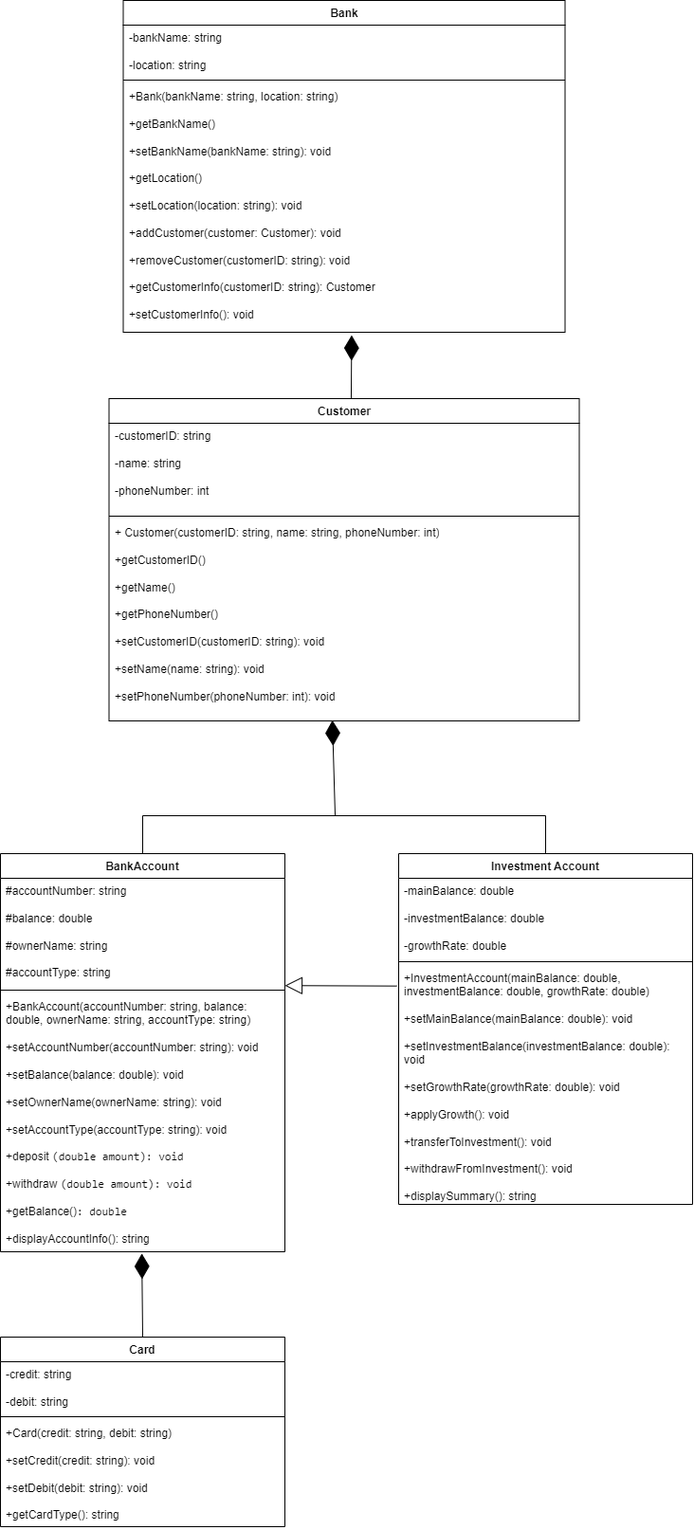
Before: Class diagram.drawio_.drawio.png, a diagram exported from draw.io (nataliareyram/Bank-simulator). Source tidied: cells renumbered, new cells last; positions are measured from the earlier drawing's top-left corner, leaving out a move shared by most shapes.
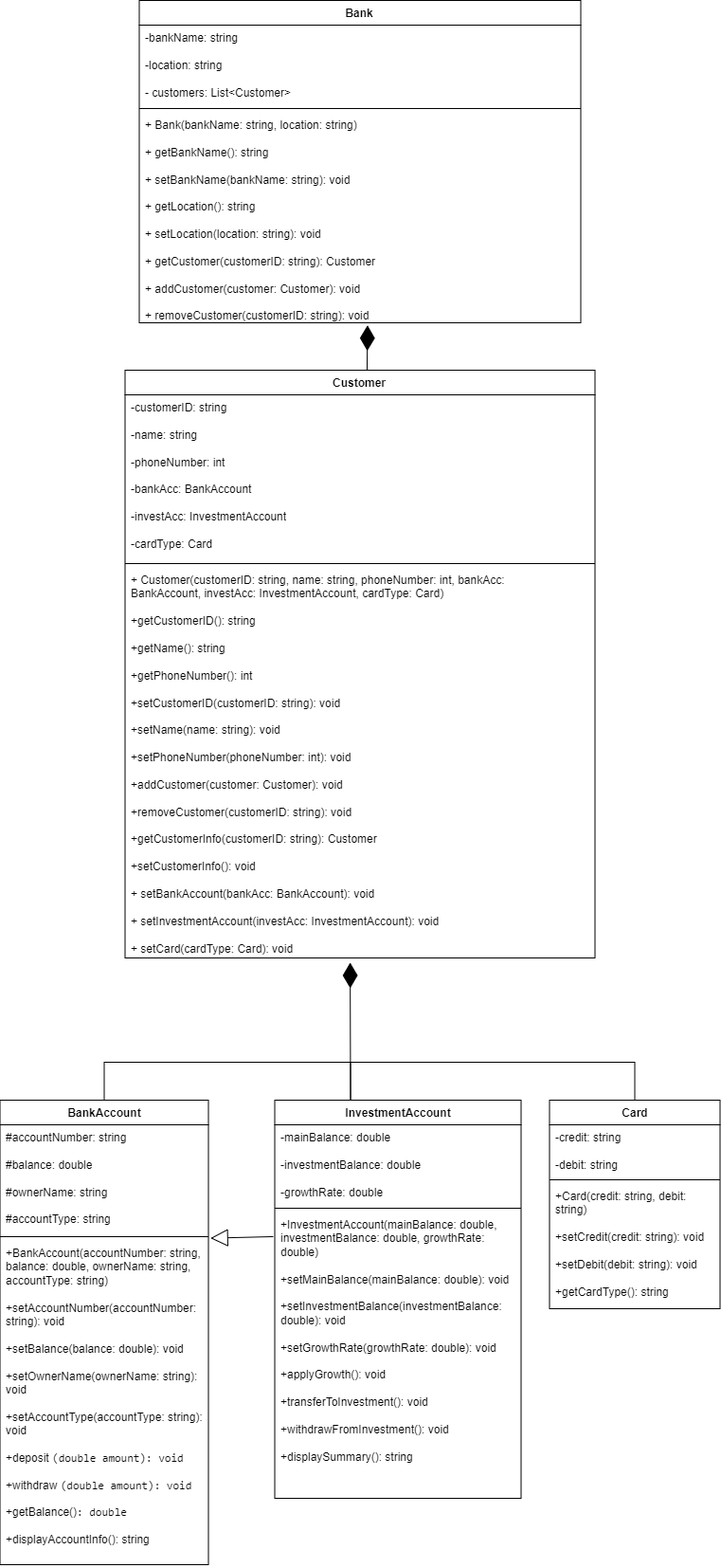
The same diagram one commit later.

What changed in the source:
```diff
@@ -3,90 +3,88 @@
     <mxCell id="0" />
     <mxCell id="1" parent="0" />
     <mxCell id="2" value="BankAccount" style="swimlane;fontStyle=1;align=center;verticalAlign=top;horizontal=1;startSize=26;whiteSpace=wrap;html=1;" parent="1" vertex="1">
-      <mxGeometry y="900" width="300" height="420" as="geometry" />
+      <mxGeometry x="-17.5" y="1150" width="220" height="490" as="geometry" />
     </mxCell>
     <mxCell id="3" value="&lt;div&gt;#accountNumber: string&lt;/div&gt;&lt;div&gt;&lt;br&gt;&lt;/div&gt;&lt;div&gt;#balance: double&lt;/div&gt;&lt;div&gt;&lt;br&gt;&lt;/div&gt;&lt;div&gt;#ownerName: string&lt;/div&gt;&lt;div&gt;&lt;br&gt;&lt;/div&gt;&lt;div&gt;#accountType: string&lt;/div&gt;" style="text;strokeColor=none;fillColor=none;align=left;verticalAlign=top;spacingLeft=4;spacingRight=4;overflow=hidden;points=[[0,0.5],[1,0.5]];portConstraint=eastwest;whiteSpace=wrap;html=1;" parent="2" vertex="1">
-      <mxGeometry y="26" width="300" height="114" as="geometry" />
+      <mxGeometry y="26" width="220" height="114" as="geometry" />
     </mxCell>
     <mxCell id="4" style="line;strokeWidth=1;fillColor=none;align=left;verticalAlign=middle;spacingTop=-1;spacingLeft=3;spacingRight=3;labelPosition=right;strokeColor=inherit;" parent="2" vertex="1">
-      <mxGeometry y="140" width="300" height="8" as="geometry" />
+      <mxGeometry y="140" width="220" height="8" as="geometry" />
     </mxCell>
     <mxCell id="5" value="&lt;div&gt;+BankAccount(accountNumber: string, balance: double, ownerName: string, accountType: string)&lt;/div&gt;&lt;div&gt;&lt;br&gt;&lt;/div&gt;&lt;div&gt;&lt;div&gt;+setAccountNumber(accountNumber: string): void&lt;/div&gt;&lt;div&gt;&lt;br&gt;&lt;/div&gt;&lt;div&gt;+setBalance(balance: double): void&lt;/div&gt;&lt;div&gt;&lt;br&gt;&lt;/div&gt;&lt;div&gt;+setOwnerName(ownerName: string): void&lt;/div&gt;&lt;div&gt;&lt;br&gt;&lt;/div&gt;&lt;div&gt;+setAccountType(accountType: string): void&lt;/div&gt;&lt;/div&gt;&lt;div&gt;&lt;br&gt;&lt;/div&gt;&lt;div&gt;+deposit&amp;nbsp;&lt;code style=&quot;background-color: initial;&quot;&gt;(double amount): void&lt;/code&gt;&lt;/div&gt;&lt;div&gt;&lt;code style=&quot;background-color: initial;&quot;&gt;&lt;br&gt;&lt;/code&gt;&lt;/div&gt;&lt;div&gt;+withdraw&amp;nbsp;&lt;code style=&quot;background-color: initial;&quot;&gt;(double amount): void&lt;/code&gt;&lt;/div&gt;&lt;div&gt;&lt;code style=&quot;background-color: initial;&quot;&gt;&lt;br&gt;&lt;/code&gt;&lt;/div&gt;&lt;div&gt;+getBalance()&lt;code style=&quot;background-color: initial;&quot;&gt;: double&lt;/code&gt;&lt;/div&gt;&lt;div&gt;&lt;span style=&quot;background-color: initial;&quot;&gt;&lt;br&gt;&lt;/span&gt;&lt;/div&gt;&lt;div&gt;&lt;span style=&quot;background-color: initial;&quot;&gt;+displayAccountInfo(): string&lt;/span&gt;&lt;/div&gt;" style="text;strokeColor=none;fillColor=none;align=left;verticalAlign=top;spacingLeft=4;spacingRight=4;overflow=hidden;points=[[0,0.5],[1,0.5]];portConstraint=eastwest;whiteSpace=wrap;html=1;" parent="2" vertex="1">
-      <mxGeometry y="148" width="300" height="272" as="geometry" />
+      <mxGeometry y="148" width="220" height="342" as="geometry" />
     </mxCell>
     <mxCell id="6" value="Customer" style="swimlane;fontStyle=1;align=center;verticalAlign=top;horizontal=1;startSize=26;whiteSpace=wrap;html=1;" parent="1" vertex="1">
-      <mxGeometry x="114.5" y="420" width="496" height="340" as="geometry" />
+      <mxGeometry x="114.5" y="380" width="496" height="620" as="geometry" />
     </mxCell>
-    <mxCell id="7" value="&lt;div&gt;-customerID: string&lt;/div&gt;&lt;div&gt;&lt;br&gt;&lt;/div&gt;&lt;div&gt;-name: string&lt;/div&gt;&lt;div&gt;&lt;br&gt;&lt;/div&gt;&lt;div&gt;&lt;span style=&quot;background-color: initial;&quot;&gt;-phoneNumber: int&lt;/span&gt;&lt;/div&gt;" style="text;strokeColor=none;fillColor=none;align=left;verticalAlign=top;spacingLeft=4;spacingRight=4;overflow=hidden;whiteSpace=wrap;html=1;" parent="6" vertex="1">
-      <mxGeometry y="26" width="496" height="94" as="geometry" />
+    <mxCell id="7" value="&lt;div&gt;-customerID: string&lt;/div&gt;&lt;div&gt;&lt;br&gt;&lt;/div&gt;&lt;div&gt;-name: string&lt;/div&gt;&lt;div&gt;&lt;br&gt;&lt;/div&gt;&lt;div&gt;&lt;span style=&quot;background-color: initial;&quot;&gt;-phoneNumber: int&lt;/span&gt;&lt;/div&gt;&lt;div&gt;&lt;span style=&quot;background-color: initial;&quot;&gt;&lt;br&gt;&lt;/span&gt;&lt;/div&gt;&lt;div&gt;&lt;span style=&quot;background-color: initial;&quot;&gt;-bankAcc: BankAccount&lt;/span&gt;&lt;/div&gt;&lt;div&gt;&lt;span style=&quot;background-color: initial;&quot;&gt;&lt;br&gt;&lt;/span&gt;&lt;/div&gt;&lt;div&gt;&lt;span style=&quot;background-color: initial;&quot;&gt;-investAcc: InvestmentAccount&lt;/span&gt;&lt;/div&gt;&lt;div&gt;&lt;span style=&quot;background-color: initial;&quot;&gt;&lt;br&gt;&lt;/span&gt;&lt;/div&gt;&lt;div&gt;&lt;span style=&quot;background-color: initial;&quot;&gt;-cardType: Card&lt;/span&gt;&lt;/div&gt;" style="text;strokeColor=none;fillColor=none;align=left;verticalAlign=top;spacingLeft=4;spacingRight=4;overflow=hidden;whiteSpace=wrap;html=1;" parent="6" vertex="1">
+      <mxGeometry y="26" width="496" height="174" as="geometry" />
     </mxCell>
     <mxCell id="8" style="line;strokeWidth=1;fillColor=none;align=left;verticalAlign=middle;spacingTop=-1;spacingLeft=3;spacingRight=3;labelPosition=right;strokeColor=inherit;" parent="6" vertex="1">
-      <mxGeometry y="120" width="496" height="8" as="geometry" />
+      <mxGeometry y="200" width="496" height="8" as="geometry" />
     </mxCell>
-    <mxCell id="9" value="&lt;div&gt;+ Customer(customerID: string, name: string, phoneNumber: int)&lt;/div&gt;&lt;div&gt;&lt;br&gt;&lt;/div&gt;&lt;div&gt;+getCustomerID()&lt;/div&gt;&lt;div&gt;&lt;br&gt;&lt;/div&gt;&lt;div&gt;+getName()&lt;/div&gt;&lt;div&gt;&lt;br&gt;&lt;/div&gt;&lt;div&gt;+getPhoneNumber()&lt;/div&gt;&lt;div&gt;&lt;br&gt;&lt;/div&gt;&lt;div&gt;&lt;span style=&quot;background-color: initial;&quot;&gt;&lt;div&gt;+setCustomerID(customerID: string): void&lt;/div&gt;&lt;div&gt;&lt;br&gt;&lt;/div&gt;&lt;div&gt;+setName(name: string): void&lt;/div&gt;&lt;div&gt;&lt;br&gt;&lt;/div&gt;&lt;div&gt;+setPhoneNumber(phoneNumber: int): void&lt;/div&gt;&lt;/span&gt;&lt;/div&gt;" style="text;strokeColor=none;fillColor=none;align=left;verticalAlign=top;spacingLeft=4;spacingRight=4;overflow=hidden;points=[[0,0.5],[1,0.5]];portConstraint=eastwest;whiteSpace=wrap;html=1;" parent="6" vertex="1">
-      <mxGeometry y="128" width="496" height="212" as="geometry" />
+    <mxCell id="9" value="&lt;div&gt;+ Customer(customerID: string, name: string, phoneNumber: int,&amp;nbsp;&lt;span style=&quot;background-color: initial;&quot;&gt;bankAcc: BankAccount,&amp;nbsp;&lt;/span&gt;&lt;span style=&quot;background-color: initial;&quot;&gt;investAcc: InvestmentAccount,&amp;nbsp;&lt;/span&gt;&lt;span style=&quot;background-color: initial;&quot;&gt;cardType: Card&lt;/span&gt;&lt;span style=&quot;background-color: initial;&quot;&gt;)&lt;/span&gt;&lt;/div&gt;&lt;div&gt;&lt;br&gt;&lt;/div&gt;&lt;div&gt;+getCustomerID(): string&lt;/div&gt;&lt;div&gt;&lt;br&gt;&lt;/div&gt;&lt;div&gt;+getName(): string&lt;/div&gt;&lt;div&gt;&lt;br&gt;&lt;/div&gt;&lt;div&gt;+getPhoneNumber(): int&lt;/div&gt;&lt;div&gt;&lt;br&gt;&lt;/div&gt;&lt;div&gt;&lt;span style=&quot;background-color: initial;&quot;&gt;&lt;div&gt;+setCustomerID(customerID: string): void&lt;/div&gt;&lt;div&gt;&lt;br&gt;&lt;/div&gt;&lt;div&gt;+setName(name: string): void&lt;/div&gt;&lt;div&gt;&lt;br&gt;&lt;/div&gt;&lt;div&gt;+setPhoneNumber(phoneNumber: int): void&lt;/div&gt;&lt;div&gt;&lt;br&gt;&lt;/div&gt;&lt;div&gt;+&lt;span style=&quot;background-color: initial;&quot;&gt;addCustomer(customer: Customer): void&lt;/span&gt;&lt;div&gt;&lt;br&gt;&lt;div&gt;+removeCustomer(customerID: string): void&lt;/div&gt;&lt;div&gt;&lt;br&gt;&lt;/div&gt;&lt;div&gt;+getCustomerInfo(customerID: string): Customer&lt;/div&gt;&lt;div&gt;&lt;br&gt;&lt;/div&gt;&lt;div&gt;+setCustomerInfo(): void&lt;/div&gt;&lt;/div&gt;&lt;/div&gt;&lt;div&gt;&lt;br&gt;&lt;/div&gt;&lt;div&gt;&lt;div&gt;+ setBankAccount(bankAcc: BankAccount): void&lt;/div&gt;&lt;div&gt;&lt;br&gt;&lt;/div&gt;&lt;div&gt;+ setInvestmentAccount(investAcc: InvestmentAccount): void&lt;/div&gt;&lt;div&gt;&lt;br&gt;&lt;/div&gt;&lt;div&gt;+ setCard(cardType: Card): void&lt;/div&gt;&lt;/div&gt;&lt;/span&gt;&lt;/div&gt;" style="text;strokeColor=none;fillColor=none;align=left;verticalAlign=top;spacingLeft=4;spacingRight=4;overflow=hidden;points=[[0,0.5],[1,0.5]];portConstraint=eastwest;whiteSpace=wrap;html=1;" parent="6" vertex="1">
+      <mxGeometry y="208" width="496" height="412" as="geometry" />
     </mxCell>
-    <mxCell id="10" style="endArrow=block;endSize=16;endFill=0;html=1;rounded=0;exitX=-0.006;exitY=0.086;exitDx=0;exitDy=0;exitPerimeter=0;entryX=1;entryY=0.993;entryDx=0;entryDy=0;entryPerimeter=0;" parent="1" edge="1" source="14" target="3">
+    <mxCell id="10" style="endArrow=block;endSize=16;endFill=0;html=1;rounded=0;exitX=-0.006;exitY=0.086;exitDx=0;exitDy=0;exitPerimeter=0;entryX=1.01;entryY=-0.007;entryDx=0;entryDy=0;entryPerimeter=0;" parent="1" edge="1" source="14" target="5">
       <mxGeometry relative="1" as="geometry" />
     </mxCell>
-    <mxCell id="11" value="Investment Account" style="swimlane;fontStyle=1;align=center;verticalAlign=top;horizontal=1;startSize=26;whiteSpace=wrap;html=1;" parent="1" vertex="1">
-      <mxGeometry x="420" y="900" width="310" height="370" as="geometry" />
+    <mxCell id="11" value="InvestmentAccount" style="swimlane;fontStyle=1;align=center;verticalAlign=top;horizontal=1;startSize=26;whiteSpace=wrap;html=1;" parent="1" vertex="1">
+      <mxGeometry x="272.5" y="1150" width="260" height="420" as="geometry" />
     </mxCell>
     <mxCell id="12" value="&lt;div&gt;-mainBalance: double&lt;/div&gt;&lt;div&gt;&lt;br&gt;&lt;/div&gt;&lt;div&gt;-investmentBalance: double&lt;/div&gt;&lt;div&gt;&lt;br&gt;&lt;/div&gt;&lt;div&gt;-growthRate: double&lt;/div&gt;" style="text;strokeColor=none;fillColor=none;align=left;verticalAlign=top;spacingLeft=4;spacingRight=4;overflow=hidden;whiteSpace=wrap;html=1;" parent="11" vertex="1">
-      <mxGeometry y="26" width="310" height="84" as="geometry" />
+      <mxGeometry y="26" width="260" height="84" as="geometry" />
     </mxCell>
     <mxCell id="13" style="line;strokeWidth=1;fillColor=none;align=left;verticalAlign=middle;spacingTop=-1;spacingLeft=3;spacingRight=3;labelPosition=right;strokeColor=inherit;" parent="11" vertex="1">
-      <mxGeometry y="110" width="310" height="8" as="geometry" />
+      <mxGeometry y="110" width="260" height="8" as="geometry" />
     </mxCell>
     <mxCell id="14" value="&lt;div&gt;+InvestmentAccount(mainBalance: double, investmentBalance: double, growthRate: double)&lt;/div&gt;&lt;div&gt;&lt;br&gt;&lt;/div&gt;&lt;div&gt;&lt;div&gt;+setMainBalance(mainBalance: double): void&lt;/div&gt;&lt;div&gt;&lt;br&gt;&lt;/div&gt;&lt;div&gt;+setInvestmentBalance(investmentBalance: double): void&lt;/div&gt;&lt;div&gt;&lt;br&gt;&lt;/div&gt;&lt;div&gt;+setGrowthRate(growthRate: double): void&lt;/div&gt;&lt;/div&gt;&lt;div&gt;&lt;br&gt;&lt;/div&gt;&lt;div&gt;+applyGrowth(): void&lt;/div&gt;&lt;div&gt;&lt;br&gt;&lt;/div&gt;&lt;div&gt;+transferToInvestment(): void&lt;/div&gt;&lt;div&gt;&lt;span style=&quot;background-color: initial;&quot;&gt;&lt;br&gt;&lt;/span&gt;&lt;/div&gt;&lt;div&gt;+withdrawFromInvestment(): void&lt;/div&gt;&lt;div&gt;&lt;br&gt;&lt;/div&gt;&lt;div&gt;+displaySummary(): string&lt;/div&gt;" style="text;strokeColor=none;fillColor=none;align=left;verticalAlign=top;spacingLeft=4;spacingRight=4;overflow=hidden;points=[[0,0.5],[1,0.5]];portConstraint=eastwest;whiteSpace=wrap;html=1;" parent="11" vertex="1">
-      <mxGeometry y="118" width="310" height="252" as="geometry" />
+      <mxGeometry y="118" width="260" height="302" as="geometry" />
     </mxCell>
     <mxCell id="15" value="Bank" style="swimlane;fontStyle=1;align=center;verticalAlign=top;horizontal=1;startSize=26;whiteSpace=wrap;html=1;" parent="1" vertex="1">
-      <mxGeometry x="129.5" width="466" height="350" as="geometry" />
+      <mxGeometry x="129.5" y="-10" width="466" height="340" as="geometry" />
     </mxCell>
-    <mxCell id="16" value="&lt;span style=&quot;background-color: initial;&quot;&gt;-bankName: string&lt;/span&gt;&lt;div&gt;&lt;br&gt;&lt;div&gt;-location: string&lt;/div&gt;&lt;/div&gt;" style="text;strokeColor=none;fillColor=none;align=left;verticalAlign=top;spacingLeft=4;spacingRight=4;overflow=hidden;whiteSpace=wrap;html=1;" parent="15" vertex="1">
-      <mxGeometry y="26" width="466" height="54" as="geometry" />
+    <mxCell id="16" value="&lt;span style=&quot;background-color: initial;&quot;&gt;-bankName: string&lt;/span&gt;&lt;div&gt;&lt;br&gt;&lt;div&gt;-location: string&lt;/div&gt;&lt;/div&gt;&lt;div&gt;&lt;br&gt;&lt;/div&gt;&lt;div&gt;- customers: List&amp;lt;Customer&amp;gt;&lt;/div&gt;" style="text;strokeColor=none;fillColor=none;align=left;verticalAlign=top;spacingLeft=4;spacingRight=4;overflow=hidden;whiteSpace=wrap;html=1;" parent="15" vertex="1">
+      <mxGeometry y="26" width="466" height="84" as="geometry" />
     </mxCell>
     <mxCell id="17" style="line;strokeWidth=1;fillColor=none;align=left;verticalAlign=middle;spacingTop=-1;spacingLeft=3;spacingRight=3;labelPosition=right;strokeColor=inherit;" parent="15" vertex="1">
-      <mxGeometry y="80" width="466" height="8" as="geometry" />
+      <mxGeometry y="110" width="466" height="8" as="geometry" />
     </mxCell>
-    <mxCell id="18" value="&lt;div&gt;&lt;div&gt;+Bank(bankName: string, location: string)&lt;/div&gt;&lt;/div&gt;&lt;div&gt;&lt;br&gt;&lt;/div&gt;&lt;div&gt;+getBankName()&lt;/div&gt;&lt;div&gt;&lt;br&gt;&lt;/div&gt;&lt;div&gt;&lt;div&gt;+setBankName(bankName: string): void&lt;/div&gt;&lt;div&gt;&lt;br&gt;&lt;/div&gt;&lt;div&gt;+getLocation()&lt;/div&gt;&lt;div&gt;&lt;br&gt;&lt;/div&gt;&lt;div&gt;+setLocation(location: string): void&lt;/div&gt;&lt;/div&gt;&lt;div&gt;&lt;br&gt;&lt;/div&gt;+&lt;span style=&quot;background-color: initial;&quot;&gt;addCustomer(customer: Customer): void&lt;/span&gt;&lt;div&gt;&lt;br&gt;&lt;div&gt;+removeCustomer(customerID: string): void&lt;/div&gt;&lt;div&gt;&lt;br&gt;&lt;/div&gt;&lt;div&gt;+getCustomerInfo(customerID: string): Customer&lt;/div&gt;&lt;div&gt;&lt;br&gt;&lt;/div&gt;&lt;div&gt;+setCustomerInfo(): void&lt;/div&gt;&lt;/div&gt;" style="text;strokeColor=none;fillColor=none;align=left;verticalAlign=top;spacingLeft=4;spacingRight=4;overflow=hidden;points=[[0,0.5],[1,0.5]];portConstraint=eastwest;whiteSpace=wrap;html=1;" parent="15" vertex="1">
-      <mxGeometry y="88" width="466" height="262" as="geometry" />
+    <mxCell id="18" value="&lt;div&gt;&lt;span style=&quot;background-color: initial;&quot;&gt;+ Bank(bankName: string, location: string)&amp;nbsp;&lt;/span&gt;&lt;/div&gt;&lt;div&gt;&lt;span style=&quot;background-color: initial;&quot;&gt;&lt;br&gt;&lt;/span&gt;&lt;/div&gt;&lt;div&gt;&lt;span style=&quot;background-color: initial;&quot;&gt;+ getBankName(): string&amp;nbsp;&lt;/span&gt;&lt;/div&gt;&lt;div&gt;&lt;span style=&quot;background-color: initial;&quot;&gt;&lt;br&gt;&lt;/span&gt;&lt;/div&gt;&lt;div&gt;+ setBankName(bankName: string): void&amp;nbsp;&lt;/div&gt;&lt;div&gt;&lt;br&gt;&lt;/div&gt;&lt;div&gt;+ getLocation(): string&amp;nbsp;&lt;/div&gt;&lt;div&gt;&lt;br&gt;&lt;/div&gt;&lt;div&gt;+ setLocation(location: string): void&amp;nbsp;&lt;/div&gt;&lt;div&gt;&lt;br&gt;&lt;/div&gt;&lt;div&gt;+ getCustomer(customerID: string): Customer&amp;nbsp;&lt;/div&gt;&lt;div&gt;&lt;br&gt;&lt;/div&gt;&lt;div&gt;+ addCustomer(customer: Customer): void&amp;nbsp;&lt;/div&gt;&lt;div&gt;&lt;br&gt;&lt;/div&gt;&lt;div&gt;+ removeCustomer(customerID: string): void&lt;/div&gt;" style="text;strokeColor=none;fillColor=none;align=left;verticalAlign=top;spacingLeft=4;spacingRight=4;overflow=hidden;points=[[0,0.5],[1,0.5]];portConstraint=eastwest;whiteSpace=wrap;html=1;" parent="15" vertex="1">
+      <mxGeometry y="118" width="466" height="222" as="geometry" />
     </mxCell>
     <mxCell id="19" style="endArrow=diamondThin;endFill=1;endSize=24;html=1;rounded=0;entryX=0.517;entryY=1.012;entryDx=0;entryDy=0;entryPerimeter=0;exitX=0.515;exitY=0;exitDx=0;exitDy=0;exitPerimeter=0;" parent="1" edge="1" source="6" target="18">
       <mxGeometry relative="1" as="geometry" />
     </mxCell>
     <mxCell id="20" value="Card" style="swimlane;fontStyle=1;align=center;verticalAlign=top;horizontal=1;startSize=26;whiteSpace=wrap;html=1;" parent="1" vertex="1">
-      <mxGeometry y="1410" width="300" height="200" as="geometry" />
+      <mxGeometry x="562.5" y="1150" width="180" height="220" as="geometry" />
     </mxCell>
     <mxCell id="21" value="-credit: string&lt;div&gt;&lt;br&gt;&lt;div&gt;-debit: string&lt;/div&gt;&lt;/div&gt;" style="text;strokeColor=none;fillColor=none;align=left;verticalAlign=top;spacingLeft=4;spacingRight=4;overflow=hidden;whiteSpace=wrap;html=1;" parent="20" vertex="1">
-      <mxGeometry y="26" width="300" height="54" as="geometry" />
+      <mxGeometry y="26" width="180" height="54" as="geometry" />
     </mxCell>
     <mxCell id="22" style="line;strokeWidth=1;fillColor=none;align=left;verticalAlign=middle;spacingTop=-1;spacingLeft=3;spacingRight=3;labelPosition=right;strokeColor=inherit;" parent="20" vertex="1">
-      <mxGeometry y="80" width="300" height="8" as="geometry" />
+      <mxGeometry y="80" width="180" height="8" as="geometry" />
     </mxCell>
     <mxCell id="23" value="&lt;div&gt;+Card(credit: string, debit: string)&lt;/div&gt;&lt;div&gt;&lt;br&gt;&lt;/div&gt;&lt;div&gt;&lt;div&gt;+setCredit(credit: string): void&lt;/div&gt;&lt;div&gt;&lt;br&gt;&lt;/div&gt;&lt;div&gt;+setDebit(debit: string): void&lt;/div&gt;&lt;/div&gt;&lt;div&gt;&lt;br&gt;&lt;/div&gt;+&lt;span style=&quot;background-color: initial;&quot;&gt;getCardType(): string&lt;/span&gt;" style="text;strokeColor=none;fillColor=none;align=left;verticalAlign=top;spacingLeft=4;spacingRight=4;overflow=hidden;whiteSpace=wrap;html=1;" parent="20" vertex="1">
-      <mxGeometry y="88" width="300" height="112" as="geometry" />
+      <mxGeometry y="88" width="180" height="132" as="geometry" />
     </mxCell>
-    <mxCell id="24" style="endArrow=diamondThin;endFill=1;endSize=24;html=1;rounded=0;exitX=0.5;exitY=0;exitDx=0;exitDy=0;entryX=0.497;entryY=1.007;entryDx=0;entryDy=0;entryPerimeter=0;" parent="1" edge="1" source="20" target="5">
-      <mxGeometry relative="1" as="geometry" />
-    </mxCell>
     <mxCell id="25" style="group;" parent="1" vertex="1">
-      <mxGeometry x="150" y="860" width="425" as="geometry" />
+      <mxGeometry x="152.5" y="1110" width="425" as="geometry" />
     </mxCell>
-    <mxCell id="26" style="endArrow=none;html=1;rounded=0;entryX=0.5;entryY=0;entryDx=0;entryDy=0;" parent="25" edge="1" target="11">
+    <mxCell id="26" style="endArrow=none;html=1;rounded=0;" parent="25" edge="1" target="20">
       <mxGeometry relative="1" as="geometry">
         <mxPoint x="200" as="sourcePoint" />
         <Array as="points">
-          <mxPoint x="425" />
+          <mxPoint x="500" />
         </Array>
       </mxGeometry>
     </mxCell>
-    <mxCell id="27" style="endArrow=diamondThin;endFill=1;endSize=24;html=1;rounded=0;exitX=0.5;exitY=0;exitDx=0;exitDy=0;entryX=0.475;entryY=0.997;entryDx=0;entryDy=0;entryPerimeter=0;" parent="1" edge="1" source="2" target="9">
+    <mxCell id="27" style="endArrow=diamondThin;endFill=1;endSize=24;html=1;rounded=0;exitX=0.5;exitY=0;exitDx=0;exitDy=0;entryX=0.479;entryY=1.012;entryDx=0;entryDy=0;entryPerimeter=0;" parent="1" edge="1" source="2" target="9">
       <mxGeometry relative="1" as="geometry">
         <Array as="points">
-          <mxPoint x="150" y="860" />
-          <mxPoint x="353" y="860" />
+          <mxPoint x="92.5" y="1110" />
+          <mxPoint x="352.5" y="1110" />
+          <mxPoint x="352.5" y="1150" />
         </Array>
       </mxGeometry>
     </mxCell>
```
